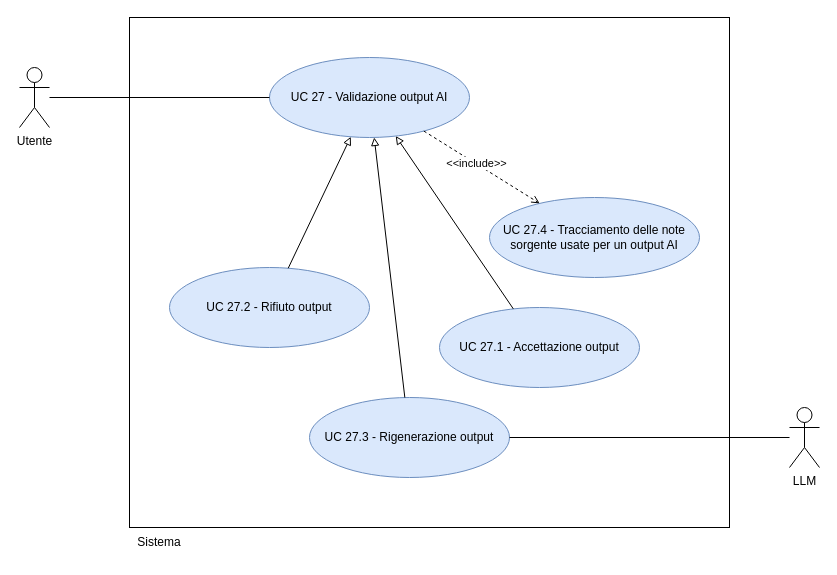
thebitless-group-swe/thebitless.github.io keeps this draw.io diagram as RTB/doc_esterna/analisi-dei-requisiti/assets/draw.io/UC27.drawio. Above is the earlier version. Source tidied: cells renumbered, new cells numbered last; positions are measured from the earlier drawing's top-left corner, leaving out a move shared by most shapes. Both pictures are drawn from the tidied source at 100%, with x=0, y=0 at pixel (19, 17).
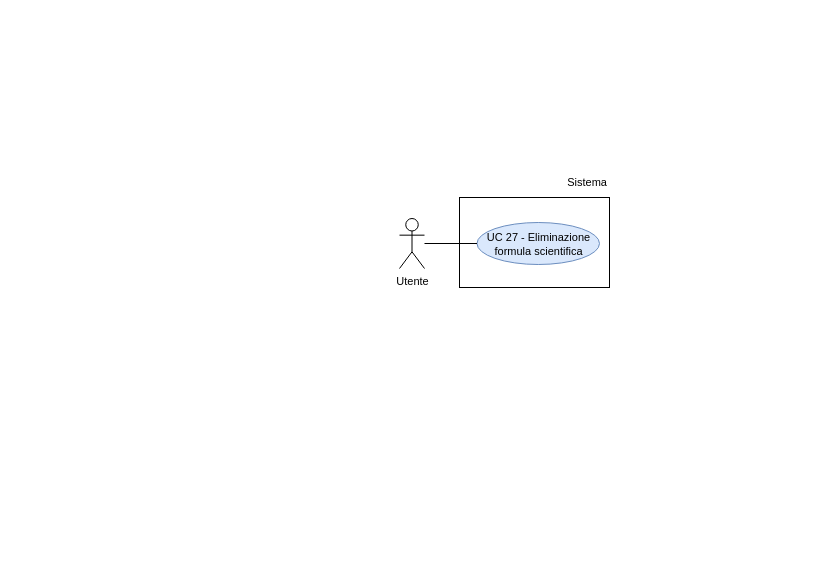
After the change.

Diff of the diagram source:
```diff
@@
 <mxGraphModel>
   <root>
     <mxCell id="0" />
     <mxCell id="1" parent="0" />
-    <mxCell id="2" style="whiteSpace=wrap;html=1;" parent="1" vertex="1">
-      <mxGeometry x="110" width="600" height="510" as="geometry" />
-    </mxCell>
+    <mxCell id="4" value="Utente" style="shape=umlActor;verticalLabelPosition=bottom;verticalAlign=top;html=1;outlineConnect=0;fontSize=11;" parent="1" vertex="1">
+      <mxGeometry x="380" y="201" width="25" height="50" as="geometry" />
+    </mxCell>
+    <mxCell id="18" style="rounded=0;whiteSpace=wrap;html=1;strokeWidth=1;" parent="1" vertex="1">
+      <mxGeometry x="440" y="180" width="150" height="90" as="geometry" />
+    </mxCell>
-    <mxCell id="3" value="Sistema" style="text;html=1;whiteSpace=wrap;strokeColor=none;fillColor=none;align=center;verticalAlign=middle;rounded=0;" parent="1" vertex="1">
-      <mxGeometry x="110" y="510" width="60" height="30" as="geometry" />
+    <mxCell id="3" value="Sistema" style="text;html=1;whiteSpace=wrap;strokeColor=none;fillColor=none;align=right;verticalAlign=middle;fontSize=11;" parent="1" vertex="1">
+      <mxGeometry x="530" y="150" width="60" height="30" as="geometry" />
     </mxCell>
-    <mxCell id="4" value="Utente" style="shape=umlActor;verticalLabelPosition=bottom;verticalAlign=top;html=1;outlineConnect=0;" parent="1" vertex="1">
-      <mxGeometry y="50" width="30" height="60" as="geometry" />
-    </mxCell>
-    <mxCell id="5" value="LLM" style="shape=umlActor;verticalLabelPosition=bottom;verticalAlign=top;html=1;outlineConnect=0;" parent="1" vertex="1">
-      <mxGeometry x="770" y="390" width="30" height="60" as="geometry" />
-    </mxCell>
-    <mxCell id="6" value="UC 27 - Validazione output AI" style="ellipse;whiteSpace=wrap;html=1;fillColor=#dae8fc;strokeColor=#6c8ebf;" parent="1" vertex="1">
-      <mxGeometry x="250" y="40" width="200" height="80" as="geometry" />
-    </mxCell>
-    <mxCell id="7" value="UC 27.4 - Tracciamento delle note&lt;br&gt;sorgente usate per un output AI" style="ellipse;whiteSpace=wrap;html=1;fillColor=#dae8fc;strokeColor=#6c8ebf;" parent="1" vertex="1">
-      <mxGeometry x="470" y="180" width="210" height="80" as="geometry" />
-    </mxCell>
-    <mxCell id="8" value="UC 27.1 - Accettazione output" style="ellipse;whiteSpace=wrap;html=1;fillColor=#dae8fc;strokeColor=#6c8ebf;" parent="1" vertex="1">
-      <mxGeometry x="420" y="290" width="200" height="80" as="geometry" />
-    </mxCell>
-    <mxCell id="9" value="UC 27.2 - Rifiuto output" style="ellipse;whiteSpace=wrap;html=1;fillColor=#dae8fc;strokeColor=#6c8ebf;" parent="1" vertex="1">
-      <mxGeometry x="150" y="250" width="200" height="80" as="geometry" />
-    </mxCell>
-    <mxCell id="10" value="UC 27.3 - Rigenerazione output" style="ellipse;whiteSpace=wrap;html=1;fillColor=#dae8fc;strokeColor=#6c8ebf;" parent="1" vertex="1">
-      <mxGeometry x="290" y="380" width="200" height="80" as="geometry" />
-    </mxCell>
-    <mxCell id="11" style="edgeStyle=none;rounded=0;jettySize=auto;html=1;endArrow=none;endFill=0;" parent="1" edge="1" source="4" target="6">
-      <mxGeometry relative="1" as="geometry" />
-    </mxCell>
-    <mxCell id="12" style="edgeStyle=none;rounded=0;jettySize=auto;html=1;endArrow=block;endFill=0;" parent="1" edge="1" source="8" target="6">
-      <mxGeometry relative="1" as="geometry" />
-    </mxCell>
-    <mxCell id="13" style="edgeStyle=none;rounded=0;jettySize=auto;html=1;endArrow=block;endFill=0;" parent="1" edge="1" source="9" target="6">
-      <mxGeometry relative="1" as="geometry" />
-    </mxCell>
-    <mxCell id="14" style="edgeStyle=none;rounded=0;jettySize=auto;html=1;endArrow=block;endFill=0;" parent="1" edge="1" source="10" target="6">
-      <mxGeometry relative="1" as="geometry" />
-    </mxCell>
-    <mxCell id="15" style="edgeStyle=none;rounded=0;jettySize=auto;html=1;endArrow=open;endFill=0;dashed=1;" parent="1" edge="1" source="6" target="7">
-      <mxGeometry relative="1" as="geometry" />
-    </mxCell>
-    <mxCell id="16" value="&amp;lt;&amp;lt;include&amp;gt;&amp;gt;" style="edgeLabel;html=1;align=center;verticalAlign=middle;" parent="15" vertex="1">
-      <mxGeometry x="-0.1" relative="1" as="geometry" />
-    </mxCell>
-    <mxCell id="17" style="edgeStyle=none;rounded=0;jettySize=auto;html=1;endArrow=none;endFill=0;" parent="1" edge="1" source="5" target="10">
-      <mxGeometry relative="1" as="geometry" />
-    </mxCell>
+    <mxCell id="19" value="UC 27 - Eliminazione formula scientifica" style="ellipse;whiteSpace=wrap;html=1;fillColor=#dae8fc;strokeColor=#6c8ebf;fontSize=11;convertToSvg=1;svgWhiteSpace=wrap;labelBorderColor=none;labelBackgroundColor=none;spacingBottom=-2;" parent="1" vertex="1">
+      <mxGeometry x="457.5" y="205" width="122.5" height="42" as="geometry" />
+    </mxCell>
+    <mxCell id="20" style="edgeStyle=none;rounded=0;jettySize=auto;html=1;endArrow=none;endFill=0;" parent="1" edge="1" source="4" target="19">
+      <mxGeometry relative="1" as="geometry" />
+    </mxCell>
+    <mxCell id="21" style="edgeStyle=orthogonalEdgeStyle;rounded=0;orthogonalLoop=1;jettySize=auto;html=1;exitX=0.5;exitY=1;exitDx=0;exitDy=0;" parent="1" edge="1" source="3" target="3">
+      <mxGeometry relative="1" as="geometry" />
+    </mxCell>
   </root>
 </mxGraphModel>
```
